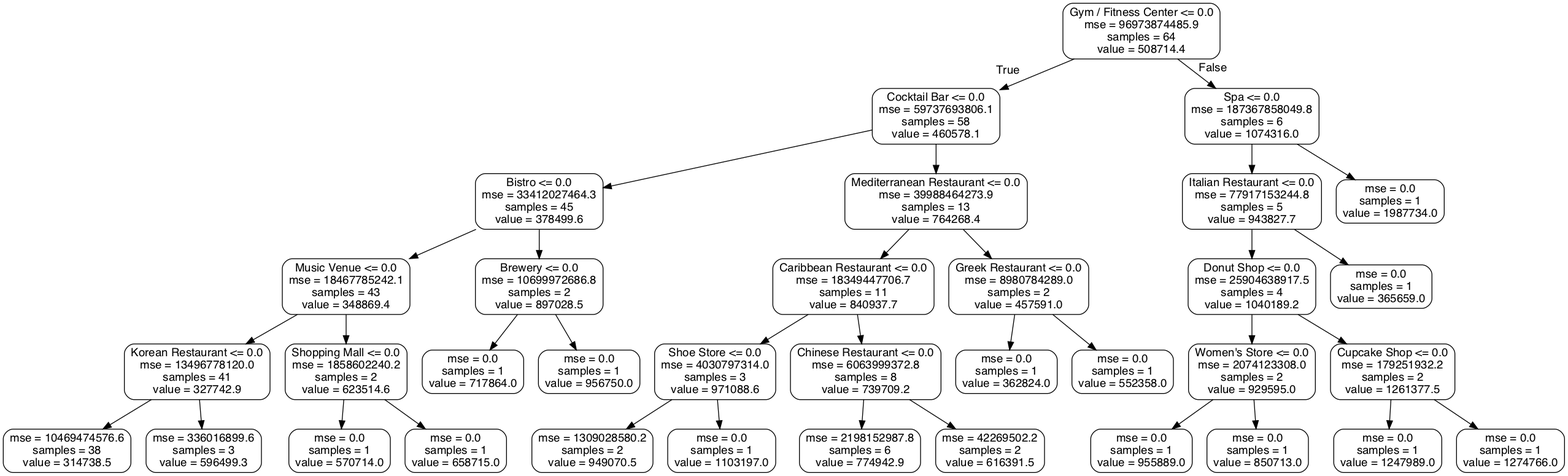
Above: benchmark_price_tree.png in allaccountstaken/predicting_urban_home_values (Graphviz), before the change. Its source is kept beside it as benchmark_price_tree.dot. The source it was exported from:
```dot
digraph Tree {
node [shape=box, style="rounded", color="black", fontname=helvetica] ;
edge [fontname=helvetica] ;
0 [label="Gym / Fitness Center <= 0.0\nmse = 96973874485.9\nsamples = 64\nvalue = 508714.4"] ;
1 [label="Cocktail Bar <= 0.0\nmse = 59737693806.1\nsamples = 58\nvalue = 460578.1"] ;
0 -> 1 [labeldistance=2.5, labelangle=45, headlabel="True"] ;
2 [label="Bistro <= 0.0\nmse = 33412027464.3\nsamples = 45\nvalue = 378499.6"] ;
1 -> 2 ;
3 [label="Music Venue <= 0.0\nmse = 18467785242.1\nsamples = 43\nvalue = 348869.4"] ;
2 -> 3 ;
4 [label="Korean Restaurant <= 0.0\nmse = 13496778120.0\nsamples = 41\nvalue = 327742.9"] ;
3 -> 4 ;
5 [label="mse = 10469474576.6\nsamples = 38\nvalue = 314738.5"] ;
4 -> 5 ;
6 [label="mse = 336016899.6\nsamples = 3\nvalue = 596499.3"] ;
4 -> 6 ;
7 [label="Shopping Mall <= 0.0\nmse = 1858602240.2\nsamples = 2\nvalue = 623514.6"] ;
3 -> 7 ;
8 [label="mse = 0.0\nsamples = 1\nvalue = 570714.0"] ;
7 -> 8 ;
9 [label="mse = 0.0\nsamples = 1\nvalue = 658715.0"] ;
7 -> 9 ;
10 [label="Brewery <= 0.0\nmse = 10699972686.8\nsamples = 2\nvalue = 897028.5"] ;
2 -> 10 ;
11 [label="mse = 0.0\nsamples = 1\nvalue = 717864.0"] ;
10 -> 11 ;
12 [label="mse = 0.0\nsamples = 1\nvalue = 956750.0"] ;
10 -> 12 ;
13 [label="Mediterranean Restaurant <= 0.0\nmse = 39988464273.9\nsamples = 13\nvalue = 764268.4"] ;
1 -> 13 ;
14 [label="Caribbean Restaurant <= 0.0\nmse = 18349447706.7\nsamples = 11\nvalue = 840937.7"] ;
13 -> 14 ;
15 [label="Shoe Store <= 0.0\nmse = 4030797314.0\nsamples = 3\nvalue = 971088.6"] ;
14 -> 15 ;
16 [label="mse = 1309028580.2\nsamples = 2\nvalue = 949070.5"] ;
15 -> 16 ;
17 [label="mse = 0.0\nsamples = 1\nvalue = 1103197.0"] ;
15 -> 17 ;
18 [label="Chinese Restaurant <= 0.0\nmse = 6063999372.8\nsamples = 8\nvalue = 739709.2"] ;
14 -> 18 ;
19 [label="mse = 2198152987.8\nsamples = 6\nvalue = 774942.9"] ;
18 -> 19 ;
20 [label="mse = 42269502.2\nsamples = 2\nvalue = 616391.5"] ;
18 -> 20 ;
21 [label="Greek Restaurant <= 0.0\nmse = 8980784289.0\nsamples = 2\nvalue = 457591.0"] ;
13 -> 21 ;
22 [label="mse = 0.0\nsamples = 1\nvalue = 362824.0"] ;
21 -> 22 ;
23 [label="mse = 0.0\nsamples = 1\nvalue = 552358.0"] ;
21 -> 23 ;
24 [label="Spa <= 0.0\nmse = 187367858049.8\nsamples = 6\nvalue = 1074316.0"] ;
0 -> 24 [labeldistance=2.5, labelangle=-45, headlabel="False"] ;
25 [label="Italian Restaurant <= 0.0\nmse = 77917153244.8\nsamples = 5\nvalue = 943827.7"] ;
24 -> 25 ;
26 [label="Donut Shop <= 0.0\nmse = 25904638917.5\nsamples = 4\nvalue = 1040189.2"] ;
25 -> 26 ;
27 [label="Women's Store <= 0.0\nmse = 2074123308.0\nsamples = 2\nvalue = 929595.0"] ;
26 -> 27 ;
28 [label="mse = 0.0\nsamples = 1\nvalue = 955889.0"] ;
27 -> 28 ;
29 [label="mse = 0.0\nsamples = 1\nvalue = 850713.0"] ;
27 -> 29 ;
30 [label="Cupcake Shop <= 0.0\nmse = 179251932.2\nsamples = 2\nvalue = 1261377.5"] ;
26 -> 30 ;
31 [label="mse = 0.0\nsamples = 1\nvalue = 1247989.0"] ;
30 -> 31 ;
32 [label="mse = 0.0\nsamples = 1\nvalue = 1274766.0"] ;
30 -> 32 ;
33 [label="mse = 0.0\nsamples = 1\nvalue = 365659.0"] ;
25 -> 33 ;
34 [label="mse = 0.0\nsamples = 1\nvalue = 1987734.0"] ;
24 -> 34 ;
}
```
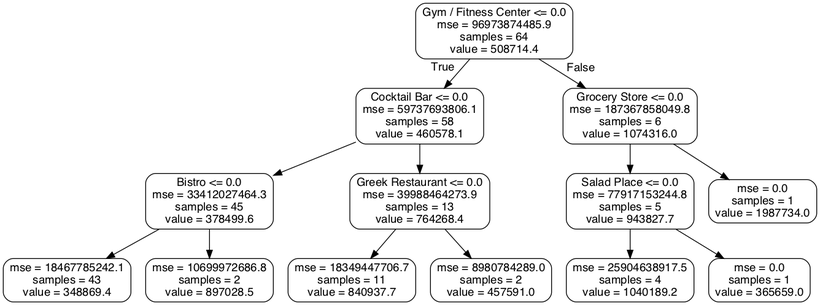
The same diagram one commit later.

Diff of the diagram source:
```diff
@@ -6,68 +6,24 @@
 0 -> 1 [labeldistance=2.5, labelangle=45, headlabel="True"] ;
 2 [label="Bistro <= 0.0\nmse = 33412027464.3\nsamples = 45\nvalue = 378499.6"] ;
 1 -> 2 ;
-3 [label="Music Venue <= 0.0\nmse = 18467785242.1\nsamples = 43\nvalue = 348869.4"] ;
+3 [label="mse = 18467785242.1\nsamples = 43\nvalue = 348869.4"] ;
 2 -> 3 ;
-4 [label="Korean Restaurant <= 0.0\nmse = 13496778120.0\nsamples = 41\nvalue = 327742.9"] ;
-3 -> 4 ;
-5 [label="mse = 10469474576.6\nsamples = 38\nvalue = 314738.5"] ;
-4 -> 5 ;
-6 [label="mse = 336016899.6\nsamples = 3\nvalue = 596499.3"] ;
-4 -> 6 ;
-7 [label="Shopping Mall <= 0.0\nmse = 1858602240.2\nsamples = 2\nvalue = 623514.6"] ;
-3 -> 7 ;
-8 [label="mse = 0.0\nsamples = 1\nvalue = 570714.0"] ;
-7 -> 8 ;
-9 [label="mse = 0.0\nsamples = 1\nvalue = 658715.0"] ;
-7 -> 9 ;
-10 [label="Brewery <= 0.0\nmse = 10699972686.8\nsamples = 2\nvalue = 897028.5"] ;
-2 -> 10 ;
-11 [label="mse = 0.0\nsamples = 1\nvalue = 717864.0"] ;
-10 -> 11 ;
-12 [label="mse = 0.0\nsamples = 1\nvalue = 956750.0"] ;
-10 -> 12 ;
-13 [label="Mediterranean Restaurant <= 0.0\nmse = 39988464273.9\nsamples = 13\nvalue = 764268.4"] ;
-1 -> 13 ;
-14 [label="Caribbean Restaurant <= 0.0\nmse = 18349447706.7\nsamples = 11\nvalue = 840937.7"] ;
-13 -> 14 ;
-15 [label="Shoe Store <= 0.0\nmse = 4030797314.0\nsamples = 3\nvalue = 971088.6"] ;
-14 -> 15 ;
-16 [label="mse = 1309028580.2\nsamples = 2\nvalue = 949070.5"] ;
-15 -> 16 ;
-17 [label="mse = 0.0\nsamples = 1\nvalue = 1103197.0"] ;
-15 -> 17 ;
-18 [label="Chinese Restaurant <= 0.0\nmse = 6063999372.8\nsamples = 8\nvalue = 739709.2"] ;
-14 -> 18 ;
-19 [label="mse = 2198152987.8\nsamples = 6\nvalue = 774942.9"] ;
-18 -> 19 ;
-20 [label="mse = 42269502.2\nsamples = 2\nvalue = 616391.5"] ;
-18 -> 20 ;
-21 [label="Greek Restaurant <= 0.0\nmse = 8980784289.0\nsamples = 2\nvalue = 457591.0"] ;
-13 -> 21 ;
-22 [label="mse = 0.0\nsamples = 1\nvalue = 362824.0"] ;
-21 -> 22 ;
-23 [label="mse = 0.0\nsamples = 1\nvalue = 552358.0"] ;
-21 -> 23 ;
-24 [label="Spa <= 0.0\nmse = 187367858049.8\nsamples = 6\nvalue = 1074316.0"] ;
-0 -> 24 [labeldistance=2.5, labelangle=-45, headlabel="False"] ;
-25 [label="Italian Restaurant <= 0.0\nmse = 77917153244.8\nsamples = 5\nvalue = 943827.7"] ;
-24 -> 25 ;
-26 [label="Donut Shop <= 0.0\nmse = 25904638917.5\nsamples = 4\nvalue = 1040189.2"] ;
-25 -> 26 ;
-27 [label="Women's Store <= 0.0\nmse = 2074123308.0\nsamples = 2\nvalue = 929595.0"] ;
-26 -> 27 ;
-28 [label="mse = 0.0\nsamples = 1\nvalue = 955889.0"] ;
-27 -> 28 ;
-29 [label="mse = 0.0\nsamples = 1\nvalue = 850713.0"] ;
-27 -> 29 ;
-30 [label="Cupcake Shop <= 0.0\nmse = 179251932.2\nsamples = 2\nvalue = 1261377.5"] ;
-26 -> 30 ;
-31 [label="mse = 0.0\nsamples = 1\nvalue = 1247989.0"] ;
-30 -> 31 ;
-32 [label="mse = 0.0\nsamples = 1\nvalue = 1274766.0"] ;
-30 -> 32 ;
-33 [label="mse = 0.0\nsamples = 1\nvalue = 365659.0"] ;
-25 -> 33 ;
-34 [label="mse = 0.0\nsamples = 1\nvalue = 1987734.0"] ;
-24 -> 34 ;
+4 [label="mse = 10699972686.8\nsamples = 2\nvalue = 897028.5"] ;
+2 -> 4 ;
+5 [label="Greek Restaurant <= 0.0\nmse = 39988464273.9\nsamples = 13\nvalue = 764268.4"] ;
+1 -> 5 ;
+6 [label="mse = 18349447706.7\nsamples = 11\nvalue = 840937.7"] ;
+5 -> 6 ;
+7 [label="mse = 8980784289.0\nsamples = 2\nvalue = 457591.0"] ;
+5 -> 7 ;
+8 [label="Grocery Store <= 0.0\nmse = 187367858049.8\nsamples = 6\nvalue = 1074316.0"] ;
+0 -> 8 [labeldistance=2.5, labelangle=-45, headlabel="False"] ;
+9 [label="Salad Place <= 0.0\nmse = 77917153244.8\nsamples = 5\nvalue = 943827.7"] ;
+8 -> 9 ;
+10 [label="mse = 25904638917.5\nsamples = 4\nvalue = 1040189.2"] ;
+9 -> 10 ;
+11 [label="mse = 0.0\nsamples = 1\nvalue = 365659.0"] ;
+9 -> 11 ;
+12 [label="mse = 0.0\nsamples = 1\nvalue = 1987734.0"] ;
+8 -> 12 ;
 }
```
